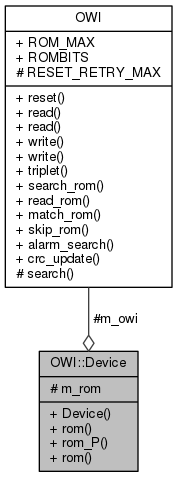
mikaelpatel/mikaelpatel.github.io keeps this Graphviz diagram as Arduino-OWI/db/ddc/classOWI_1_1Device__coll__graph.png. Above is the earlier version. Its source is kept beside it as Arduino-OWI/db/ddc/classOWI_1_1Device__coll__graph.dot.
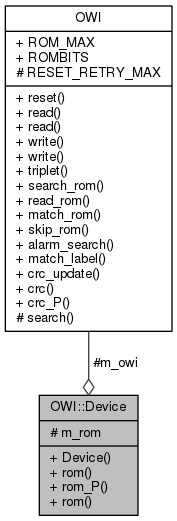
After the commit.

Change to the diagram source:
```diff
@@ -4,5 +4,5 @@
   node [fontname="Helvetica",fontsize="10",shape=record];
   Node1 [label="{OWI::Device\n|# m_rom\l|+ Device()\l+ rom()\l+ rom_P()\l+ rom()\l}",height=0.2,width=0.4,color="black", fillcolor="grey75", style="filled", fontcolor="black"];
   Node2 -> Node1 [color="grey25",fontsize="10",style="solid",label=" #m_owi" ,arrowhead="odiamond",fontname="Helvetica"];
-  Node2 [label="{OWI\n|+ ROM_MAX\l+ ROMBITS\l# RESET_RETRY_MAX\l|+ reset()\l+ read()\l+ read()\l+ write()\l+ write()\l+ triplet()\l+ search_rom()\l+ read_rom()\l+ match_rom()\l+ skip_rom()\l+ alarm_search()\l+ crc_update()\l# search()\l}",height=0.2,width=0.4,color="black", fillcolor="white", style="filled",URL="$d7/d90/classOWI.html"];
+  Node2 [label="{OWI\n|+ ROM_MAX\l+ ROMBITS\l# RESET_RETRY_MAX\l|+ reset()\l+ read()\l+ read()\l+ write()\l+ write()\l+ triplet()\l+ search_rom()\l+ read_rom()\l+ match_rom()\l+ skip_rom()\l+ alarm_search()\l+ match_label()\l+ crc_update()\l+ crc()\l+ crc_P()\l# search()\l}",height=0.2,width=0.4,color="black", fillcolor="white", style="filled",URL="$d7/d90/classOWI.html"];
 }
```
